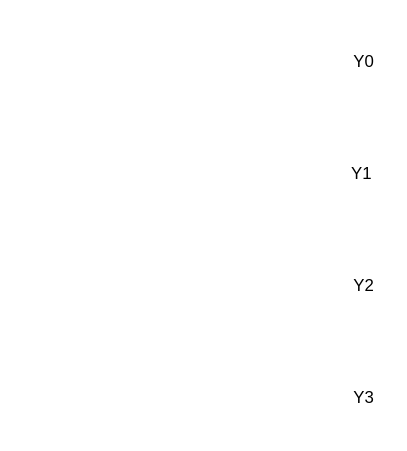
Above: docs/img/decoder.drawio.svg in Firi0n/appunti-AESO (draw.io), before the change. Source tidied: cells renumbered, new cells last; positions are measured from the earlier drawing's top-left corner, leaving out a move shared by most shapes.
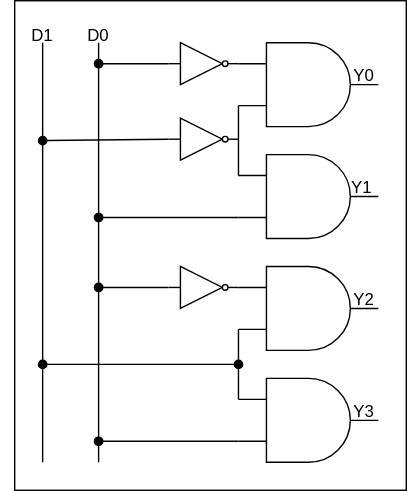
The same file after the commit.

Change to the diagram source:
```diff
@@ -2,92 +2,95 @@
   <root>
     <mxCell id="0" />
     <mxCell id="1" parent="0" />
+    <mxCell id="25" style="rounded=0;whiteSpace=wrap;html=1;" parent="1" vertex="1">
+      <mxGeometry x="10" y="-10" width="280" height="350" as="geometry" />
+    </mxCell>
-    <mxCell id="2" style="verticalLabelPosition=bottom;shadow=0;dashed=0;align=center;html=1;verticalAlign=top;shape=mxgraph.electrical.logic_gates.logic_gate;operation=and;fillColor=none;strokeColor=#FFFFFF;" parent="1" vertex="1">
+    <mxCell id="2" style="verticalLabelPosition=bottom;shadow=0;dashed=0;align=center;html=1;verticalAlign=top;shape=mxgraph.electrical.logic_gates.logic_gate;operation=and;" parent="1" vertex="1">
       <mxGeometry x="170" y="20" width="100" height="60" as="geometry" />
     </mxCell>
-    <mxCell id="3" style="verticalLabelPosition=bottom;shadow=0;dashed=0;align=center;html=1;verticalAlign=top;shape=mxgraph.electrical.logic_gates.logic_gate;operation=and;fillColor=none;strokeColor=#FFFFFF;" parent="1" vertex="1">
+    <mxCell id="3" style="verticalLabelPosition=bottom;shadow=0;dashed=0;align=center;html=1;verticalAlign=top;shape=mxgraph.electrical.logic_gates.logic_gate;operation=and;" parent="1" vertex="1">
       <mxGeometry x="170" y="100" width="100" height="60" as="geometry" />
     </mxCell>
-    <mxCell id="4" style="verticalLabelPosition=bottom;shadow=0;dashed=0;align=center;html=1;verticalAlign=top;shape=mxgraph.electrical.logic_gates.logic_gate;operation=and;fillColor=none;strokeColor=#FFFFFF;" parent="1" vertex="1">
+    <mxCell id="4" style="verticalLabelPosition=bottom;shadow=0;dashed=0;align=center;html=1;verticalAlign=top;shape=mxgraph.electrical.logic_gates.logic_gate;operation=and;" parent="1" vertex="1">
       <mxGeometry x="170" y="180" width="100" height="60" as="geometry" />
     </mxCell>
-    <mxCell id="5" style="verticalLabelPosition=bottom;shadow=0;dashed=0;align=center;html=1;verticalAlign=top;shape=mxgraph.electrical.logic_gates.logic_gate;operation=and;fillColor=none;strokeColor=#FFFFFF;" parent="1" vertex="1">
+    <mxCell id="5" style="verticalLabelPosition=bottom;shadow=0;dashed=0;align=center;html=1;verticalAlign=top;shape=mxgraph.electrical.logic_gates.logic_gate;operation=and;" parent="1" vertex="1">
       <mxGeometry x="170" y="260" width="100" height="60" as="geometry" />
     </mxCell>
-    <mxCell id="6" style="endArrow=none;html=1;entryX=0;entryY=0.75;entryDx=0;entryDy=0;entryPerimeter=0;exitX=0;exitY=0.25;exitDx=0;exitDy=0;exitPerimeter=0;strokeColor=#FFFFFF;" parent="1" edge="1" source="3" target="2">
+    <mxCell id="6" style="endArrow=none;html=1;entryX=0;entryY=0.75;entryDx=0;entryDy=0;entryPerimeter=0;exitX=0;exitY=0.25;exitDx=0;exitDy=0;exitPerimeter=0;" parent="1" edge="1" source="3" target="2">
       <mxGeometry relative="1" as="geometry" />
     </mxCell>
-    <mxCell id="7" style="endArrow=none;html=1;exitX=0;exitY=0.25;exitDx=0;exitDy=0;exitPerimeter=0;entryX=0;entryY=0.75;entryDx=0;entryDy=0;entryPerimeter=0;strokeColor=#FFFFFF;" parent="1" edge="1" source="5" target="4">
+    <mxCell id="7" style="endArrow=none;html=1;exitX=0;exitY=0.25;exitDx=0;exitDy=0;exitPerimeter=0;entryX=0;entryY=0.75;entryDx=0;entryDy=0;entryPerimeter=0;" parent="1" edge="1" source="5" target="4">
       <mxGeometry relative="1" as="geometry" />
     </mxCell>
-    <mxCell id="8" style="verticalLabelPosition=bottom;shadow=0;dashed=0;align=center;html=1;verticalAlign=top;shape=mxgraph.electrical.logic_gates.inverter_2;strokeColor=#FFFFFF;fillColor=none;" parent="1" vertex="1">
+    <mxCell id="8" style="verticalLabelPosition=bottom;shadow=0;dashed=0;align=center;html=1;verticalAlign=top;shape=mxgraph.electrical.logic_gates.inverter_2;" parent="1" vertex="1">
       <mxGeometry x="120" y="74" width="50" height="30" as="geometry" />
     </mxCell>
-    <mxCell id="9" style="verticalLabelPosition=bottom;shadow=0;dashed=0;align=center;html=1;verticalAlign=top;shape=mxgraph.electrical.logic_gates.inverter_2;strokeColor=#FFFFFF;fillColor=none;" parent="1" vertex="1">
+    <mxCell id="9" style="verticalLabelPosition=bottom;shadow=0;dashed=0;align=center;html=1;verticalAlign=top;shape=mxgraph.electrical.logic_gates.inverter_2;" parent="1" vertex="1">
       <mxGeometry x="120" y="20" width="50" height="30" as="geometry" />
     </mxCell>
-    <mxCell id="10" style="verticalLabelPosition=bottom;shadow=0;dashed=0;align=center;html=1;verticalAlign=top;shape=mxgraph.electrical.logic_gates.inverter_2;strokeColor=#FFFFFF;fillColor=none;" parent="1" vertex="1">
+    <mxCell id="10" style="verticalLabelPosition=bottom;shadow=0;dashed=0;align=center;html=1;verticalAlign=top;shape=mxgraph.electrical.logic_gates.inverter_2;" parent="1" vertex="1">
       <mxGeometry x="120" y="180" width="50" height="30" as="geometry" />
     </mxCell>
-    <mxCell id="11" style="endArrow=oval;html=1;strokeColor=#FFFFFF;jumpStyle=none;startArrow=oval;startFill=1;endFill=1;" parent="1" edge="1">
+    <mxCell id="11" style="endArrow=oval;html=1;jumpStyle=none;startArrow=oval;startFill=1;endFill=1;" parent="1" edge="1">
       <mxGeometry relative="1" as="geometry">
         <mxPoint x="30" y="250" as="sourcePoint" />
         <mxPoint x="170" y="250" as="targetPoint" />
       </mxGeometry>
     </mxCell>
-    <mxCell id="12" style="endArrow=none;html=1;entryX=0;entryY=0.5;entryDx=0;entryDy=0;entryPerimeter=0;strokeColor=#FFFFFF;startArrow=oval;startFill=1;endFill=0;" parent="1" edge="1" target="8">
+    <mxCell id="12" style="endArrow=none;html=1;entryX=0;entryY=0.5;entryDx=0;entryDy=0;entryPerimeter=0;startArrow=oval;startFill=1;endFill=0;" parent="1" edge="1" target="8">
       <mxGeometry relative="1" as="geometry">
         <mxPoint x="30" y="90" as="sourcePoint" />
       </mxGeometry>
     </mxCell>
-    <mxCell id="13" style="endArrow=none;html=1;strokeColor=#FFFFFF;endFill=0;" parent="1" edge="1">
+    <mxCell id="13" style="endArrow=none;html=1;endFill=0;" parent="1" edge="1">
       <mxGeometry relative="1" as="geometry">
         <mxPoint x="30" y="320" as="sourcePoint" />
         <mxPoint x="30" y="20" as="targetPoint" />
       </mxGeometry>
     </mxCell>
-    <mxCell id="14" style="endArrow=none;html=1;strokeColor=#FFFFFF;" parent="1" edge="1">
+    <mxCell id="14" style="endArrow=none;html=1;" parent="1" edge="1">
       <mxGeometry relative="1" as="geometry">
         <mxPoint x="70" y="320" as="sourcePoint" />
         <mxPoint x="70" y="20" as="targetPoint" />
       </mxGeometry>
     </mxCell>
-    <mxCell id="15" style="endArrow=none;html=1;entryX=0;entryY=0.5;entryDx=0;entryDy=0;entryPerimeter=0;strokeColor=#FFFFFF;startArrow=oval;startFill=1;" parent="1" edge="1" target="9">
+    <mxCell id="15" style="endArrow=none;html=1;entryX=0;entryY=0.5;entryDx=0;entryDy=0;entryPerimeter=0;startArrow=oval;startFill=1;" parent="1" edge="1" target="9">
       <mxGeometry relative="1" as="geometry">
         <mxPoint x="70" y="35" as="sourcePoint" />
       </mxGeometry>
     </mxCell>
-    <mxCell id="16" style="endArrow=none;html=1;entryX=0;entryY=0.5;entryDx=0;entryDy=0;entryPerimeter=0;strokeColor=#FFFFFF;startArrow=oval;startFill=1;" parent="1" edge="1" target="10">
+    <mxCell id="16" style="endArrow=none;html=1;entryX=0;entryY=0.5;entryDx=0;entryDy=0;entryPerimeter=0;startArrow=oval;startFill=1;" parent="1" edge="1" target="10">
       <mxGeometry relative="1" as="geometry">
         <mxPoint x="70" y="195" as="sourcePoint" />
       </mxGeometry>
     </mxCell>
-    <mxCell id="17" style="endArrow=none;html=1;entryX=0;entryY=0.75;entryDx=0;entryDy=0;entryPerimeter=0;strokeColor=#FFFFFF;startArrow=oval;startFill=1;" parent="1" edge="1" target="3">
+    <mxCell id="17" style="endArrow=none;html=1;entryX=0;entryY=0.75;entryDx=0;entryDy=0;entryPerimeter=0;startArrow=oval;startFill=1;" parent="1" edge="1" target="3">
       <mxGeometry relative="1" as="geometry">
         <mxPoint x="70" y="145" as="sourcePoint" />
       </mxGeometry>
     </mxCell>
-    <mxCell id="18" style="endArrow=none;html=1;entryX=0;entryY=0.75;entryDx=0;entryDy=0;entryPerimeter=0;strokeColor=#FFFFFF;jumpStyle=none;startArrow=oval;startFill=1;" parent="1" edge="1" target="5">
+    <mxCell id="18" style="endArrow=none;html=1;entryX=0;entryY=0.75;entryDx=0;entryDy=0;entryPerimeter=0;jumpStyle=none;startArrow=oval;startFill=1;" parent="1" edge="1" target="5">
       <mxGeometry relative="1" as="geometry">
         <mxPoint x="70" y="305" as="sourcePoint" />
       </mxGeometry>
     </mxCell>
-    <mxCell id="19" value="D1" style="text;html=1;strokeColor=none;fillColor=none;align=center;verticalAlign=middle;whiteSpace=wrap;rounded=0;fontColor=#FFFFFF;" parent="1" vertex="1">
+    <mxCell id="19" value="D1" style="text;html=1;align=center;verticalAlign=middle;whiteSpace=wrap;rounded=0;" parent="1" vertex="1">
       <mxGeometry width="60" height="30" as="geometry" />
     </mxCell>
-    <mxCell id="20" value="D0" style="text;html=1;strokeColor=none;fillColor=none;align=center;verticalAlign=middle;whiteSpace=wrap;rounded=0;fontColor=#FFFFFF;" parent="1" vertex="1">
+    <mxCell id="20" value="D0" style="text;html=1;align=center;verticalAlign=middle;whiteSpace=wrap;rounded=0;" parent="1" vertex="1">
       <mxGeometry x="40" width="60" height="30" as="geometry" />
     </mxCell>
-    <mxCell id="21" value="Y0" style="text;html=1;strokeColor=none;fillColor=none;align=center;verticalAlign=middle;whiteSpace=wrap;rounded=0;" parent="1" vertex="1">
+    <mxCell id="21" value="Y0" style="text;html=1;align=center;verticalAlign=middle;whiteSpace=wrap;rounded=0;" parent="1" vertex="1">
       <mxGeometry x="230" y="29" width="60" height="30" as="geometry" />
     </mxCell>
-    <mxCell id="22" value="Y1&lt;span style=&quot;color: rgba(0, 0, 0, 0); font-family: monospace; font-size: 0px; text-align: start;&quot;&gt;%3CmxGraphModel%3E%3Croot%3E%3CmxCell%20id%3D%220%22%2F%3E%3CmxCell%20id%3D%221%22%20parent%3D%220%22%2F%3E%3CmxCell%20id%3D%222%22%20value%3D%22Y0%22%20style%3D%22text%3Bhtml%3D1%3BstrokeColor%3Dnone%3BfillColor%3Dnone%3Balign%3Dcenter%3BverticalAlign%3Dmiddle%3BwhiteSpace%3Dwrap%3Brounded%3D0%3B%22%20vertex%3D%221%22%20parent%3D%221%22%3E%3CmxGeometry%20x%3D%22360%22%20y%3D%2290%22%20width%3D%2260%22%20height%3D%2230%22%20as%3D%22geometry%22%2F%3E%3C%2FmxCell%3E%3C%2Froot%3E%3C%2FmxGraphModel%3E&lt;/span&gt;" style="text;html=1;strokeColor=none;fillColor=none;align=center;verticalAlign=middle;whiteSpace=wrap;rounded=0;" parent="1" vertex="1">
+    <mxCell id="22" value="Y1&lt;span style=&quot;color: rgba(0, 0, 0, 0); font-family: monospace; font-size: 0px; text-align: start;&quot;&gt;%3CmxGraphModel%3E%3Croot%3E%3CmxCell%20id%3D%220%22%2F%3E%3CmxCell%20id%3D%221%22%20parent%3D%220%22%2F%3E%3CmxCell%20id%3D%222%22%20value%3D%22Y0%22%20style%3D%22text%3Bhtml%3D1%3BstrokeColor%3Dnone%3BfillColor%3Dnone%3Balign%3Dcenter%3BverticalAlign%3Dmiddle%3BwhiteSpace%3Dwrap%3Brounded%3D0%3B%22%20vertex%3D%221%22%20parent%3D%221%22%3E%3CmxGeometry%20x%3D%22360%22%20y%3D%2290%22%20width%3D%2260%22%20height%3D%2230%22%20as%3D%22geometry%22%2F%3E%3C%2FmxCell%3E%3C%2Froot%3E%3C%2FmxGraphModel%3E&lt;/span&gt;" style="text;html=1;align=center;verticalAlign=middle;whiteSpace=wrap;rounded=0;" parent="1" vertex="1">
       <mxGeometry x="230" y="109" width="60" height="30" as="geometry" />
     </mxCell>
-    <mxCell id="23" value="Y2" style="text;html=1;strokeColor=none;fillColor=none;align=center;verticalAlign=middle;whiteSpace=wrap;rounded=0;" parent="1" vertex="1">
+    <mxCell id="23" value="Y2" style="text;html=1;align=center;verticalAlign=middle;whiteSpace=wrap;rounded=0;" parent="1" vertex="1">
       <mxGeometry x="230" y="189" width="60" height="30" as="geometry" />
     </mxCell>
-    <mxCell id="24" value="Y3" style="text;html=1;strokeColor=none;fillColor=none;align=center;verticalAlign=middle;whiteSpace=wrap;rounded=0;" parent="1" vertex="1">
+    <mxCell id="24" value="Y3" style="text;html=1;align=center;verticalAlign=middle;whiteSpace=wrap;rounded=0;" parent="1" vertex="1">
       <mxGeometry x="230" y="269" width="60" height="30" as="geometry" />
     </mxCell>
   </root>
```
